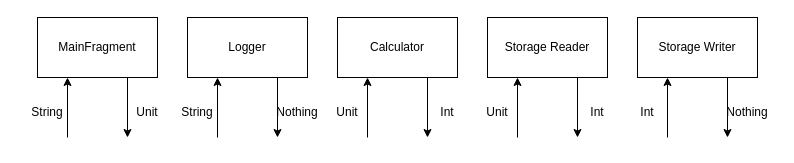
The draw.io diagram sample/images/components1.drawio in prokhor-andrew/simprokmachine-android, before the edit. Source tidied: cells renumbered, new cells numbered last; positions are measured from the earlier drawing's top-left corner, leaving out a move shared by most shapes. Both pictures are drawn from the tidied source at 100%, with x=0, y=0 at pixel (17, 17).
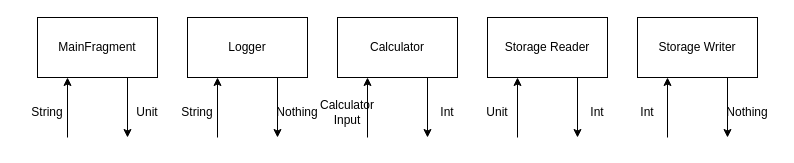
The same page after the edit.

What changed in the source:
```diff
@@
-    <mxCell id="13" value="Unit" style="text;html=1;strokeColor=none;fillColor=none;align=center;verticalAlign=middle;whiteSpace=wrap;rounded=0;" parent="1" vertex="1">
+    <mxCell id="13" value="Calculator&lt;br&gt;Input" style="text;html=1;strokeColor=none;fillColor=none;align=center;verticalAlign=middle;whiteSpace=wrap;rounded=0;" parent="1" vertex="1">
       <mxGeometry x="300" y="80" width="60" height="30" as="geometry" />
     </mxCell>
```
